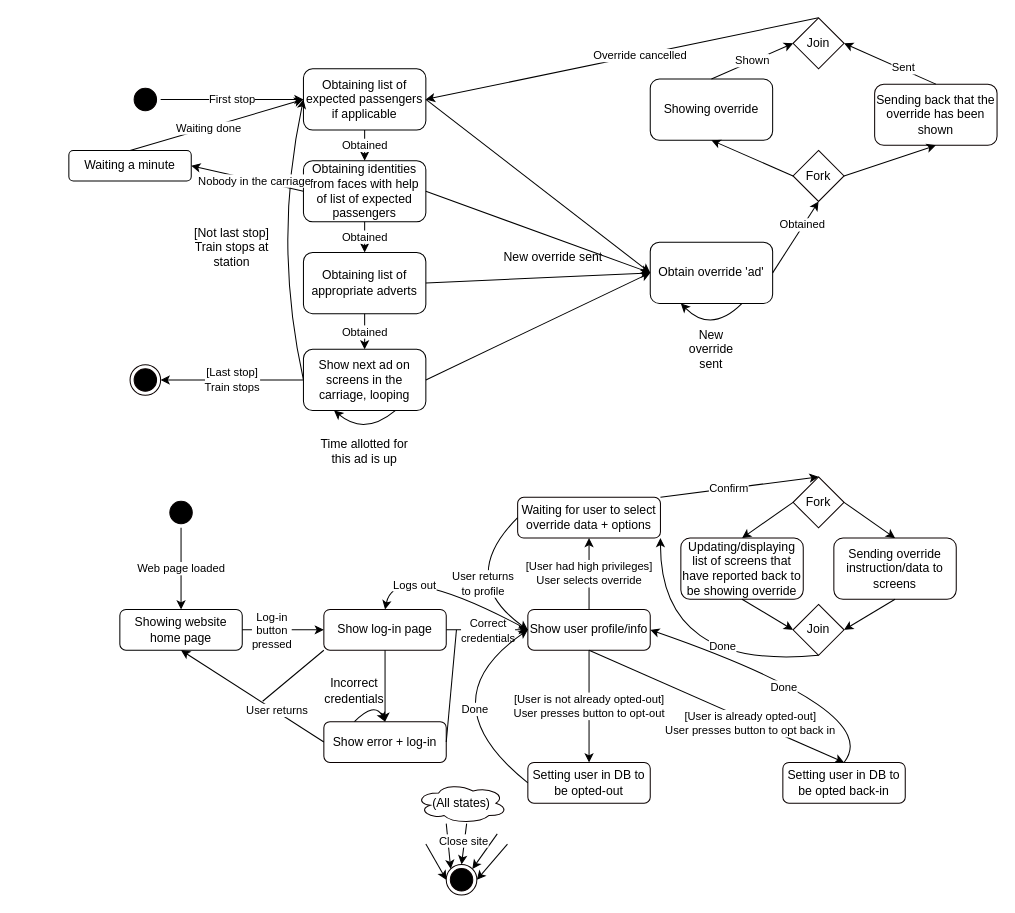
The draw.io diagram Diagrama sin título.drawio in pseud0n/sepp-diagrams, before the edit. Source tidied: cells renumbered, new cells numbered last; positions are measured from the earlier drawing's top-left corner, leaving out a move shared by most shapes. Both pictures are drawn from the tidied source at 102%, with x=0, y=0 at pixel (68, 17).
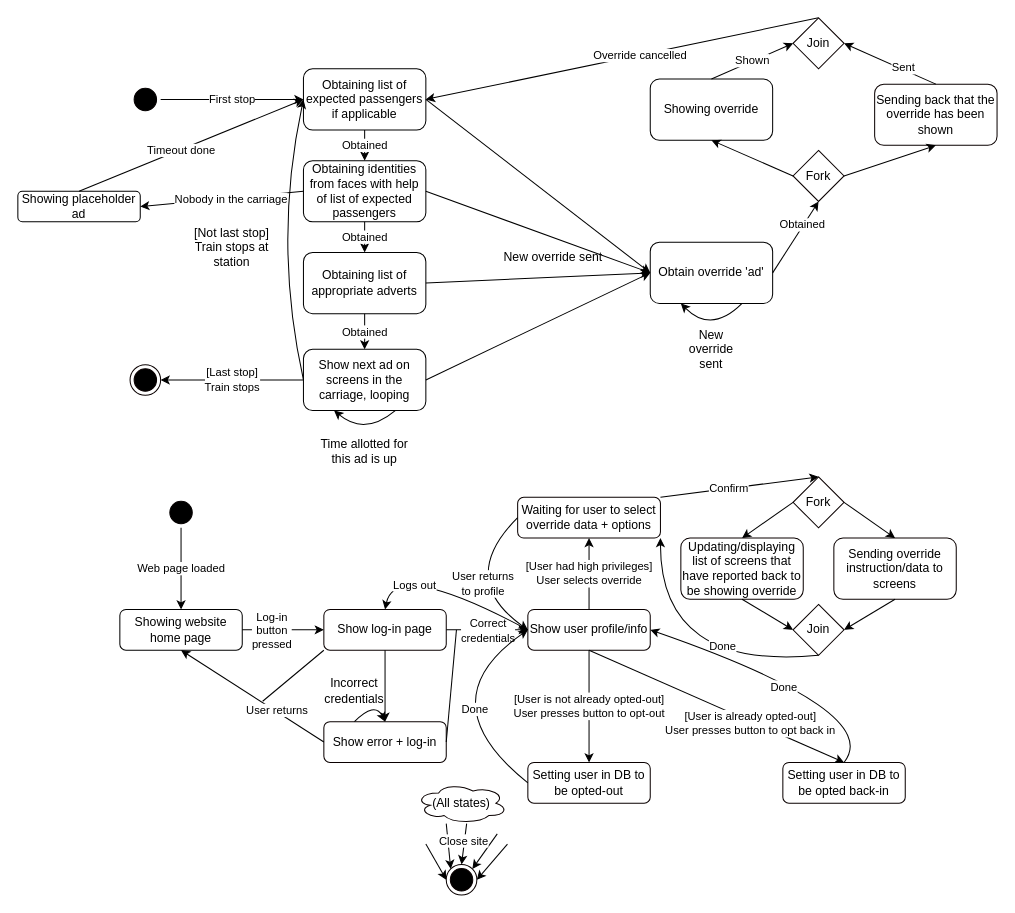
Above is the later version.

The change refers to these unchanged cells:
```xml
<mxCell id="31" style="endArrow=classic;html=1;curved=1;exitX=0.5;exitY=0;exitDx=0;exitDy=0;entryX=0;entryY=0.5;entryDx=0;entryDy=0;" parent="1" edge="1" source="28" target="4">
  <mxGeometry relative="1" as="geometry" />
</mxCell>
```

Change to the diagram source:
```diff
@@
-    <mxCell id="28" value="Waiting a minute" style="rounded=1;whiteSpace=wrap;html=1;" parent="1" vertex="1">
-      <mxGeometry y="130" width="120" height="30" as="geometry" />
+    <mxCell id="28" value="Showing placeholder ad" style="rounded=1;whiteSpace=wrap;html=1;" parent="1" vertex="1">
+      <mxGeometry x="-50" y="170" width="120" height="30" as="geometry" />
     </mxCell>
@@
-    <mxCell id="32" value="Waiting done" style="edgeLabel;html=1;align=center;verticalAlign=middle;" parent="31" vertex="1">
+    <mxCell id="32" value="Timeout done" style="edgeLabel;html=1;align=center;verticalAlign=middle;" parent="31" vertex="1">
       <mxGeometry x="-0.1" relative="1" as="geometry" />
     </mxCell>
```
